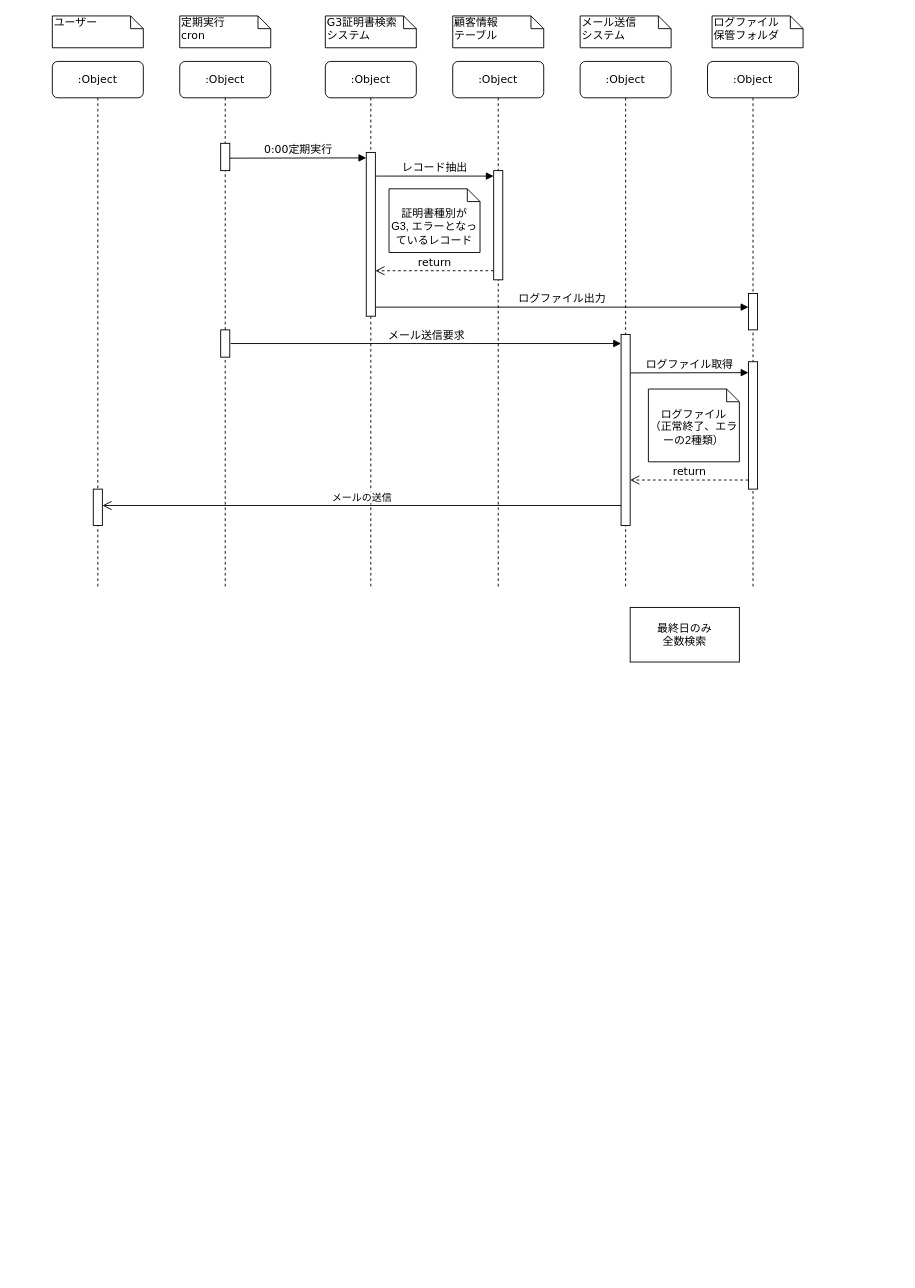
This is page "シーケンス図（定期実行）" (1 of 6) of UMLDiagram.drawio from r-asano/kaihatsubuKenshu, a draw.io file, before an edit. Source tidied: cells renumbered, new cells numbered last; positions are measured from the earlier drawing's top-left corner, leaving out a move shared by most shapes. Both pictures are drawn from the tidied source at 91%, with x=0, y=0 at pixel (52, 15).
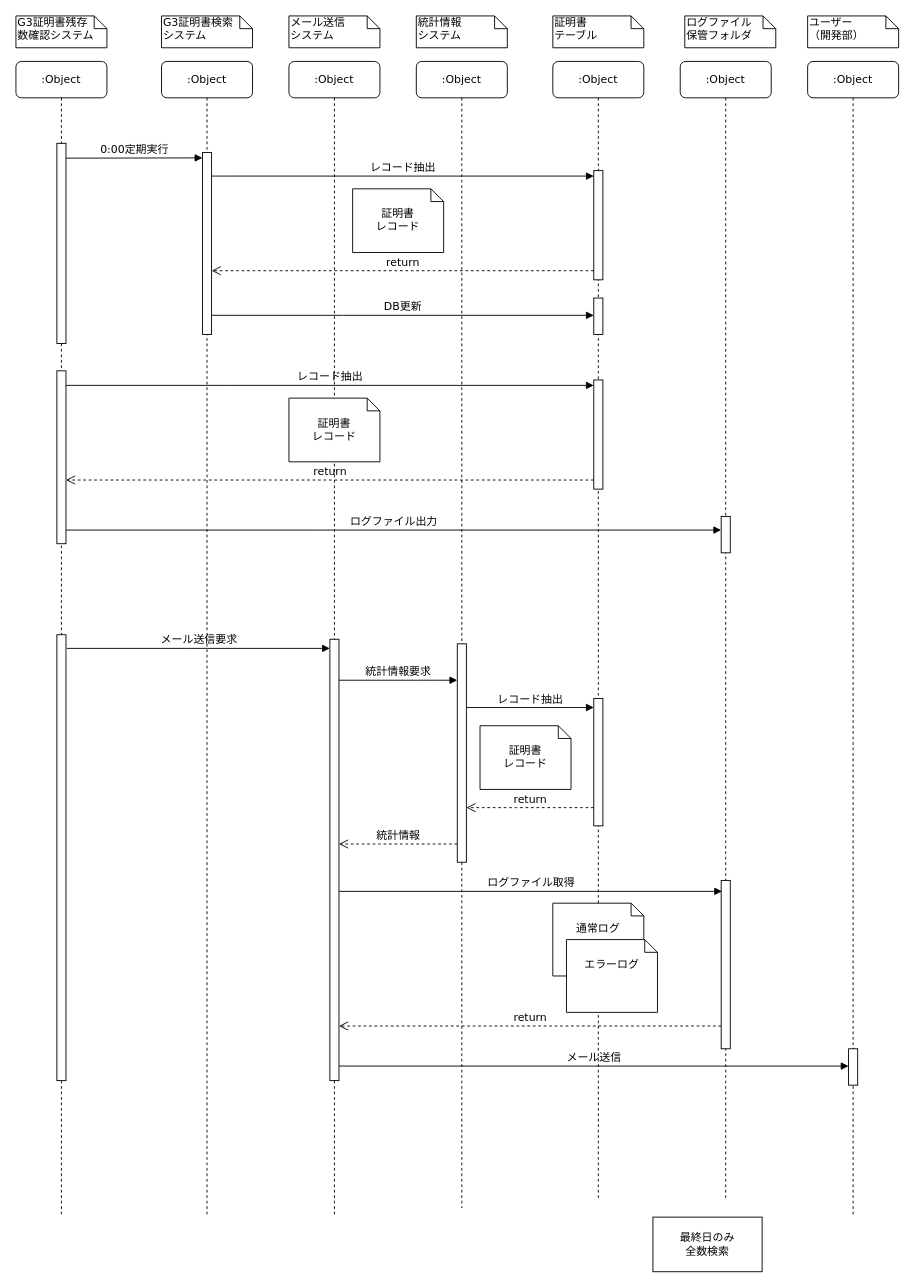
The same page after the edit.

Commit message (it also covers changes not shown here):
シーケンス図（定期実行）更新

Change to the diagram source:
```diff
@@
     <mxCell id="2" value=":Object" style="shape=umlLifeline;perimeter=lifelinePerimeter;whiteSpace=wrap;html=1;rounded=1;shadow=0;comic=0;labelBackgroundColor=none;strokeWidth=1;fontFamily=Verdana;fontSize=12;align=center;" parent="1" vertex="1">
-      <mxGeometry x="140" y="50" width="100" height="580" as="geometry" />
+      <mxGeometry x="-40" y="50" width="100" height="1270" as="geometry" />
     </mxCell>
     <mxCell id="3" style="html=1;perimeter=orthogonalPerimeter;rounded=0;shadow=0;comic=0;labelBackgroundColor=none;strokeWidth=1;fontFamily=Verdana;fontSize=12;align=center;" parent="2" vertex="1">
-      <mxGeometry x="45" y="90" width="10" height="30" as="geometry" />
+      <mxGeometry x="45" y="90" width="10" height="220" as="geometry" />
     </mxCell>
     <mxCell id="4" style="html=1;perimeter=orthogonalPerimeter;rounded=0;shadow=0;comic=0;labelBackgroundColor=none;strokeWidth=1;fontFamily=Verdana;fontSize=12;align=center;" parent="2" vertex="1">
-      <mxGeometry x="45" y="295" width="10" height="30" as="geometry" />
+      <mxGeometry x="45" y="630" width="10" height="490" as="geometry" />
     </mxCell>
+    <mxCell id="33" style="html=1;points=[];perimeter=orthogonalPerimeter;rounded=0;shadow=0;comic=0;labelBackgroundColor=none;strokeWidth=1;fontFamily=Verdana;fontSize=12;align=center;" parent="2" vertex="1">
+      <mxGeometry x="45" y="340" width="10" height="190" as="geometry" />
+    </mxCell>
     <mxCell id="5" value=":Object" style="shape=umlLifeline;perimeter=lifelinePerimeter;whiteSpace=wrap;html=1;rounded=1;shadow=0;comic=0;labelBackgroundColor=none;strokeWidth=1;fontFamily=Verdana;fontSize=12;align=center;" parent="1" vertex="1">
-      <mxGeometry x="300" y="50" width="100" height="580" as="geometry" />
+      <mxGeometry x="120" y="50" width="100" height="1270" as="geometry" />
     </mxCell>
     <mxCell id="6" style="html=1;points=[];perimeter=orthogonalPerimeter;rounded=0;shadow=0;comic=0;labelBackgroundColor=none;strokeWidth=1;fontFamily=Verdana;fontSize=12;align=center;" parent="5" vertex="1">
-      <mxGeometry x="45" y="100" width="10" height="180" as="geometry" />
+      <mxGeometry x="45" y="100" width="10" height="200" as="geometry" />
     </mxCell>
     <mxCell id="7" value=":Object" style="shape=umlLifeline;perimeter=lifelinePerimeter;whiteSpace=wrap;html=1;rounded=1;shadow=0;comic=0;labelBackgroundColor=none;strokeWidth=1;fontFamily=Verdana;fontSize=12;align=center;" parent="1" vertex="1">
-      <mxGeometry x="440" y="50" width="100" height="580" as="geometry" />
+      <mxGeometry x="550" y="50" width="100" height="1250" as="geometry" />
     </mxCell>
+    <mxCell id="34" style="html=1;points=[];perimeter=orthogonalPerimeter;rounded=0;shadow=0;comic=0;labelBackgroundColor=none;strokeWidth=1;fontFamily=Verdana;fontSize=12;align=center;" parent="7" vertex="1">
+      <mxGeometry x="45" y="260" width="10" height="40" as="geometry" />
+    </mxCell>
+    <mxCell id="35" style="html=1;points=[];perimeter=orthogonalPerimeter;rounded=0;shadow=0;comic=0;labelBackgroundColor=none;strokeWidth=1;fontFamily=Verdana;fontSize=12;align=center;" parent="7" vertex="1">
+      <mxGeometry x="45" y="700" width="10" height="140" as="geometry" />
+    </mxCell>
     <mxCell id="8" value=":Object" style="shape=umlLifeline;perimeter=lifelinePerimeter;whiteSpace=wrap;html=1;rounded=1;shadow=0;comic=0;labelBackgroundColor=none;strokeWidth=1;fontFamily=Verdana;fontSize=12;align=center;" parent="1" vertex="1">
-      <mxGeometry x="580" y="50" width="100" height="580" as="geometry" />
+      <mxGeometry x="260" y="50" width="100" height="1270" as="geometry" />
     </mxCell>
     <mxCell id="9" value=":Object" style="shape=umlLifeline;perimeter=lifelinePerimeter;whiteSpace=wrap;html=1;rounded=1;shadow=0;comic=0;labelBackgroundColor=none;strokeWidth=1;fontFamily=Verdana;fontSize=12;align=center;" parent="1" vertex="1">
-      <mxGeometry x="720" y="50" width="100" height="580" as="geometry" />
+      <mxGeometry x="690" y="50" width="100" height="1250" as="geometry" />
     </mxCell>
     <mxCell id="10" style="html=1;points=[];perimeter=orthogonalPerimeter;rounded=0;shadow=0;comic=0;labelBackgroundColor=none;strokeWidth=1;fontFamily=Verdana;fontSize=12;align=center;" parent="9" vertex="1">
-      <mxGeometry x="45" y="255" width="10" height="40" as="geometry" />
+      <mxGeometry x="45" y="500" width="10" height="40" as="geometry" />
     </mxCell>
     <mxCell id="11" style="html=1;points=[];perimeter=orthogonalPerimeter;rounded=0;shadow=0;comic=0;labelBackgroundColor=none;strokeWidth=1;fontFamily=Verdana;fontSize=12;align=center;" parent="9" vertex="1">
-      <mxGeometry x="45" y="330" width="10" height="140" as="geometry" />
+      <mxGeometry x="45" y="900" width="10" height="185" as="geometry" />
     </mxCell>
     <mxCell id="12" value=":Object" style="shape=umlLifeline;perimeter=lifelinePerimeter;whiteSpace=wrap;html=1;rounded=1;shadow=0;comic=0;labelBackgroundColor=none;strokeWidth=1;fontFamily=Verdana;fontSize=12;align=center;" parent="1" vertex="1">
-      <mxGeometry y="50" width="100" height="580" as="geometry" />
+      <mxGeometry x="830" y="50" width="100" height="1270" as="geometry" />
     </mxCell>
     <mxCell id="13" style="html=1;points=[];perimeter=orthogonalPerimeter;rounded=0;shadow=0;comic=0;labelBackgroundColor=none;strokeWidth=1;fontFamily=Verdana;fontSize=12;align=center;" parent="12" vertex="1">
-      <mxGeometry x="45" y="470" width="10" height="40" as="geometry" />
+      <mxGeometry x="45" y="1085" width="10" height="40" as="geometry" />
     </mxCell>
     <mxCell id="14" style="html=1;points=[];perimeter=orthogonalPerimeter;rounded=0;shadow=0;comic=0;labelBackgroundColor=none;strokeWidth=1;fontFamily=Verdana;fontSize=12;align=center;" parent="1" vertex="1">
-      <mxGeometry x="485" y="170" width="10" height="120" as="geometry" />
+      <mxGeometry x="595" y="170" width="10" height="120" as="geometry" />
     </mxCell>
-    <mxCell id="15" value="レコード抽出" style="html=1;verticalAlign=bottom;endArrow=block;labelBackgroundColor=none;fontFamily=Verdana;fontSize=12;edgeStyle=elbowEdgeStyle;elbow=vertical;" parent="1" edge="1">
+    <mxCell id="15" value="レコード抽出" style="html=1;verticalAlign=bottom;endArrow=block;labelBackgroundColor=none;fontFamily=Verdana;fontSize=12;edgeStyle=elbowEdgeStyle;elbow=vertical;" parent="1" edge="1" target="14">
       <mxGeometry relative="1" as="geometry">
-        <mxPoint x="355" y="176" as="sourcePoint" />
-        <mxPoint x="485" y="176" as="targetPoint" />
+        <mxPoint x="175" y="176" as="sourcePoint" />
         <Array as="points">
-          <mxPoint x="360" y="176" />
+          <mxPoint x="180" y="176" />
         </Array>
       </mxGeometry>
     </mxCell>
     <mxCell id="16" style="html=1;points=[];perimeter=orthogonalPerimeter;rounded=0;shadow=0;comic=0;labelBackgroundColor=none;strokeWidth=1;fontFamily=Verdana;fontSize=12;align=center;" parent="1" vertex="1">
-      <mxGeometry x="625" y="350" width="10" height="210" as="geometry" />
+      <mxGeometry x="305" y="685" width="10" height="485" as="geometry" />
     </mxCell>
-    <mxCell id="17" value="return" style="html=1;verticalAlign=bottom;endArrow=open;dashed=1;endSize=8;labelBackgroundColor=none;fontFamily=Verdana;fontSize=12;edgeStyle=elbowEdgeStyle;elbow=vertical;" parent="1" edge="1">
+    <mxCell id="17" value="return" style="html=1;verticalAlign=bottom;endArrow=open;dashed=1;endSize=8;labelBackgroundColor=none;fontFamily=Verdana;fontSize=12;edgeStyle=elbowEdgeStyle;elbow=vertical;" parent="1" edge="1" source="14">
       <mxGeometry relative="1" as="geometry">
-        <mxPoint x="485" y="280" as="sourcePoint" />
-        <mxPoint x="355" y="280" as="targetPoint" />
+        <mxPoint x="175" y="280" as="targetPoint" />
         <Array as="points">
-          <mxPoint x="430" y="280" />
-          <mxPoint x="430" y="270" />
-          <mxPoint x="460" y="270" />
+          <mxPoint x="250" y="280" />
+          <mxPoint x="250" y="270" />
+          <mxPoint x="280" y="270" />
         </Array>
       </mxGeometry>
     </mxCell>
     <mxCell id="18" value="0:00定期実行" style="html=1;verticalAlign=bottom;endArrow=block;entryX=0;entryY=0;labelBackgroundColor=none;fontFamily=Verdana;fontSize=12;edgeStyle=elbowEdgeStyle;elbow=vertical;" parent="1" edge="1">
       <mxGeometry relative="1" as="geometry">
-        <mxPoint x="195" y="156.3" as="sourcePoint" />
-        <mxPoint x="345" y="156" as="targetPoint" />
+        <mxPoint x="15" y="156.3" as="sourcePoint" />
+        <mxPoint x="165" y="156" as="targetPoint" />
       </mxGeometry>
     </mxCell>
-    <mxCell id="19" value="&lt;div&gt;顧客情報&lt;br&gt;&lt;/div&gt;&lt;div&gt;テーブル&lt;/div&gt;" style="shape=note;whiteSpace=wrap;html=1;size=14;verticalAlign=top;align=left;spacingTop=-6;rounded=0;shadow=0;comic=0;labelBackgroundColor=none;strokeWidth=1;fontFamily=Verdana;fontSize=12;" parent="1" vertex="1">
-      <mxGeometry x="440" width="100" height="35" as="geometry" />
+    <mxCell id="19" value="&lt;div&gt;証明書&lt;br&gt;&lt;/div&gt;&lt;div&gt;テーブル&lt;/div&gt;" style="shape=note;whiteSpace=wrap;html=1;size=14;verticalAlign=top;align=left;spacingTop=-6;rounded=0;shadow=0;comic=0;labelBackgroundColor=none;strokeWidth=1;fontFamily=Verdana;fontSize=12;" parent="1" vertex="1">
+      <mxGeometry x="550" width="100" height="35" as="geometry" />
     </mxCell>
     <mxCell id="20" value="G3証明書検索&lt;br&gt;システム" style="shape=note;whiteSpace=wrap;html=1;size=14;verticalAlign=top;align=left;spacingTop=-6;rounded=0;shadow=0;comic=0;labelBackgroundColor=none;strokeWidth=1;fontFamily=Verdana;fontSize=12;" parent="1" vertex="1">
-      <mxGeometry x="300" width="100" height="35" as="geometry" />
+      <mxGeometry x="120" width="100" height="35" as="geometry" />
     </mxCell>
     <mxCell id="21" value="&lt;div&gt;メール送信&lt;/div&gt;&lt;div&gt;システム&lt;br&gt;&lt;/div&gt;" style="shape=note;whiteSpace=wrap;html=1;size=14;verticalAlign=top;align=left;spacingTop=-6;rounded=0;shadow=0;comic=0;labelBackgroundColor=none;strokeWidth=1;fontFamily=Verdana;fontSize=12;" parent="1" vertex="1">
-      <mxGeometry x="580" width="100" height="35" as="geometry" />
+      <mxGeometry x="260" width="100" height="35" as="geometry" />
     </mxCell>
-    <mxCell id="22" value="定期実行&lt;br&gt;cron" style="shape=note;whiteSpace=wrap;html=1;size=14;verticalAlign=top;align=left;spacingTop=-6;rounded=0;shadow=0;comic=0;labelBackgroundColor=none;strokeWidth=1;fontFamily=Verdana;fontSize=12;" parent="1" vertex="1">
-      <mxGeometry x="140" width="100" height="35" as="geometry" />
+    <mxCell id="22" value="&lt;div&gt;G3証明書残存&lt;/div&gt;&lt;div&gt;数確認システム&lt;br&gt;&lt;/div&gt;" style="shape=note;whiteSpace=wrap;html=1;size=14;verticalAlign=top;align=left;spacingTop=-6;rounded=0;shadow=0;comic=0;labelBackgroundColor=none;strokeWidth=1;fontFamily=Verdana;fontSize=12;" parent="1" vertex="1">
+      <mxGeometry x="-40" width="100" height="35" as="geometry" />
     </mxCell>
     <mxCell id="23" value="ログファイル&lt;br&gt;保管フォルダ" style="shape=note;whiteSpace=wrap;html=1;size=14;verticalAlign=top;align=left;spacingTop=-6;rounded=0;shadow=0;comic=0;labelBackgroundColor=none;strokeWidth=1;fontFamily=Verdana;fontSize=12;" parent="1" vertex="1">
-      <mxGeometry x="725" width="100" height="35" as="geometry" />
+      <mxGeometry x="695" width="100" height="35" as="geometry" />
     </mxCell>
-    <mxCell id="24" value="&lt;div&gt;証明書種別が&lt;/div&gt;&lt;div&gt;G3, エラーとなっているレコード&lt;/div&gt;" style="shape=note2;boundedLbl=1;whiteSpace=wrap;html=1;size=14;verticalAlign=top;align=center;" parent="1" vertex="1">
-      <mxGeometry x="370" y="190" width="100" height="70" as="geometry" />
+    <mxCell id="24" value="&lt;div&gt;証明書&lt;/div&gt;&lt;div&gt;レコード&lt;/div&gt;" style="shape=note2;boundedLbl=1;whiteSpace=wrap;html=1;size=14;verticalAlign=top;align=center;" parent="1" vertex="1">
+      <mxGeometry x="330" y="190" width="100" height="70" as="geometry" />
     </mxCell>
     <mxCell id="25" value="メール送信要求" style="html=1;verticalAlign=bottom;endArrow=block;labelBackgroundColor=none;fontFamily=Verdana;fontSize=12;edgeStyle=elbowEdgeStyle;elbow=vertical;" parent="1" edge="1" target="16">
       <mxGeometry relative="1" as="geometry">
-        <mxPoint x="196" y="360" as="sourcePoint" />
+        <mxPoint x="16" y="695" as="sourcePoint" />
       </mxGeometry>
     </mxCell>
-    <mxCell id="26" value="メールの送信" style="html=1;verticalAlign=bottom;endArrow=open;endSize=8;" parent="1" edge="1" target="13">
-      <mxGeometry relative="1" as="geometry">
-        <mxPoint x="625" y="538" as="sourcePoint" />
-      </mxGeometry>
-    </mxCell>
-    <mxCell id="27" value="ログファイル出力" style="html=1;verticalAlign=bottom;endArrow=block;labelBackgroundColor=none;fontFamily=Verdana;fontSize=12;edgeStyle=elbowEdgeStyle;elbow=vertical;" parent="1" edge="1" source="6" target="10">
+    <mxCell id="27" value="ログファイル出力" style="html=1;verticalAlign=bottom;endArrow=block;labelBackgroundColor=none;fontFamily=Verdana;fontSize=12;edgeStyle=elbowEdgeStyle;elbow=vertical;" parent="1" edge="1" target="10">
       <mxGeometry relative="1" as="geometry">
+        <mxPoint x="15" y="565" as="sourcePoint" />
         <Array as="points">
-          <mxPoint x="580" y="320" />
+          <mxPoint x="290" y="565" />
         </Array>
       </mxGeometry>
     </mxCell>
-    <mxCell id="28" value="ログファイル取得" style="html=1;verticalAlign=bottom;endArrow=block;labelBackgroundColor=none;fontFamily=Verdana;fontSize=12;edgeStyle=elbowEdgeStyle;elbow=vertical;" parent="1" edge="1">
+    <mxCell id="28" value="ログファイル取得" style="html=1;verticalAlign=bottom;endArrow=block;labelBackgroundColor=none;fontFamily=Verdana;fontSize=12;edgeStyle=elbowEdgeStyle;elbow=vertical;entryX=0.1;entryY=0.065;entryDx=0;entryDy=0;entryPerimeter=0;" parent="1" edge="1" target="11">
       <mxGeometry relative="1" as="geometry">
-        <mxPoint x="635" y="392.3" as="sourcePoint" />
-        <mxPoint x="765" y="392.3" as="targetPoint" />
+        <mxPoint x="315" y="962" as="sourcePoint" />
       </mxGeometry>
     </mxCell>
     <mxCell id="29" value="return" style="html=1;verticalAlign=bottom;endArrow=open;dashed=1;endSize=8;labelBackgroundColor=none;fontFamily=Verdana;fontSize=12;edgeStyle=elbowEdgeStyle;elbow=vertical;" parent="1" edge="1" source="11" target="16">
       <mxGeometry relative="1" as="geometry">
         <Array as="points">
-          <mxPoint x="715" y="510" />
-          <mxPoint x="715" y="500" />
-          <mxPoint x="745" y="500" />
+          <mxPoint x="530" y="1110" />
+          <mxPoint x="530" y="1100" />
+          <mxPoint x="560" y="1100" />
         </Array>
       </mxGeometry>
     </mxCell>
-    <mxCell id="30" value="&lt;div&gt;ログファイル&lt;/div&gt;&lt;div&gt;（正常終了、エラーの2種類）&lt;br&gt;&lt;/div&gt;" style="shape=note2;boundedLbl=1;whiteSpace=wrap;html=1;size=14;verticalAlign=top;align=center;" parent="1" vertex="1">
-      <mxGeometry x="655" y="410" width="100" height="80" as="geometry" />
+    <mxCell id="30" value="&lt;div align=&quot;center&quot;&gt;通常ログ&lt;/div&gt;" style="shape=note2;boundedLbl=1;whiteSpace=wrap;html=1;size=14;verticalAlign=top;align=center;" parent="1" vertex="1">
+      <mxGeometry x="550" y="975" width="100" height="80" as="geometry" />
     </mxCell>
-    <mxCell id="31" value="ユーザー" style="shape=note;whiteSpace=wrap;html=1;size=14;verticalAlign=top;align=left;spacingTop=-6;rounded=0;shadow=0;comic=0;labelBackgroundColor=none;strokeWidth=1;fontFamily=Verdana;fontSize=12;" parent="1" vertex="1">
-      <mxGeometry width="100" height="35" as="geometry" />
+    <mxCell id="31" value="&lt;div&gt;ユーザー&lt;/div&gt;&lt;div&gt;（開発部）&lt;br&gt;&lt;/div&gt;" style="shape=note;whiteSpace=wrap;html=1;size=14;verticalAlign=top;align=left;spacingTop=-6;rounded=0;shadow=0;comic=0;labelBackgroundColor=none;strokeWidth=1;fontFamily=Verdana;fontSize=12;" parent="1" vertex="1">
+      <mxGeometry x="830" width="100" height="35" as="geometry" />
     </mxCell>
     <mxCell id="32" value="&lt;div&gt;最終日のみ&lt;/div&gt;&lt;div&gt;全数検索&lt;br&gt;&lt;/div&gt;" style="rounded=0;whiteSpace=wrap;html=1;shadow=0;strokeColor=#000000;" parent="1" vertex="1">
-      <mxGeometry x="635" y="650" width="120" height="60" as="geometry" />
+      <mxGeometry x="660" y="1320" width="120" height="60" as="geometry" />
     </mxCell>
+    <mxCell id="36" value="DB更新" style="html=1;verticalAlign=bottom;endArrow=block;labelBackgroundColor=none;fontFamily=Verdana;fontSize=12;edgeStyle=elbowEdgeStyle;elbow=vertical;" parent="1" edge="1" target="34">
+      <mxGeometry relative="1" as="geometry">
+        <mxPoint x="175" y="329" as="sourcePoint" />
+        <Array as="points">
+          <mxPoint x="310" y="329" />
+        </Array>
+      </mxGeometry>
+    </mxCell>
+    <mxCell id="37" style="html=1;points=[];perimeter=orthogonalPerimeter;rounded=0;shadow=0;comic=0;labelBackgroundColor=none;strokeWidth=1;fontFamily=Verdana;fontSize=12;align=center;" parent="1" vertex="1">
+      <mxGeometry x="595" y="400" width="10" height="120" as="geometry" />
+    </mxCell>
+    <mxCell id="38" value="レコード抽出" style="html=1;verticalAlign=bottom;endArrow=block;labelBackgroundColor=none;fontFamily=Verdana;fontSize=12;edgeStyle=elbowEdgeStyle;elbow=vertical;" parent="1" edge="1" source="33" target="37">
+      <mxGeometry relative="1" as="geometry">
+        <Array as="points">
+          <mxPoint x="180" y="406" />
+        </Array>
+      </mxGeometry>
+    </mxCell>
+    <mxCell id="39" value="&lt;div&gt;証明書&lt;/div&gt;&lt;div&gt;レコード&lt;/div&gt;" style="shape=note2;boundedLbl=1;whiteSpace=wrap;html=1;size=14;verticalAlign=top;align=center;" parent="1" vertex="1">
+      <mxGeometry x="260" y="420" width="100" height="70" as="geometry" />
+    </mxCell>
+    <mxCell id="40" value="return" style="html=1;verticalAlign=bottom;endArrow=open;dashed=1;endSize=8;labelBackgroundColor=none;fontFamily=Verdana;fontSize=12;edgeStyle=elbowEdgeStyle;elbow=vertical;" parent="1" edge="1" source="37" target="33">
+      <mxGeometry relative="1" as="geometry">
+        <Array as="points">
+          <mxPoint x="250" y="510" />
+          <mxPoint x="250" y="500" />
+          <mxPoint x="280" y="500" />
+        </Array>
+      </mxGeometry>
+    </mxCell>
+    <mxCell id="41" value="エラーログ" style="shape=note2;boundedLbl=1;whiteSpace=wrap;html=1;size=14;verticalAlign=top;align=center;" parent="1" vertex="1">
+      <mxGeometry x="565" y="1015" width="100" height="80" as="geometry" />
+    </mxCell>
+    <mxCell id="42" value=":Object" style="shape=umlLifeline;perimeter=lifelinePerimeter;whiteSpace=wrap;html=1;rounded=1;shadow=0;comic=0;labelBackgroundColor=none;strokeWidth=1;fontFamily=Verdana;fontSize=12;align=center;" parent="1" vertex="1">
+      <mxGeometry x="400" y="50" width="100" height="1260" as="geometry" />
+    </mxCell>
+    <mxCell id="43" style="html=1;points=[];perimeter=orthogonalPerimeter;rounded=0;shadow=0;comic=0;labelBackgroundColor=none;strokeWidth=1;fontFamily=Verdana;fontSize=12;align=center;" parent="42" vertex="1">
+      <mxGeometry x="45" y="640" width="10" height="240" as="geometry" />
+    </mxCell>
+    <mxCell id="44" value="&lt;div&gt;統計情報&lt;/div&gt;&lt;div&gt;システム&lt;br&gt;&lt;/div&gt;" style="shape=note;whiteSpace=wrap;html=1;size=14;verticalAlign=top;align=left;spacingTop=-6;rounded=0;shadow=0;comic=0;labelBackgroundColor=none;strokeWidth=1;fontFamily=Verdana;fontSize=12;" parent="1" vertex="1">
+      <mxGeometry x="400" width="100" height="35" as="geometry" />
+    </mxCell>
+    <mxCell id="45" value="統計情報要求" style="html=1;verticalAlign=bottom;endArrow=block;labelBackgroundColor=none;fontFamily=Verdana;fontSize=12;edgeStyle=elbowEdgeStyle;elbow=vertical;" parent="1" edge="1" source="16" target="43">
+      <mxGeometry relative="1" as="geometry">
+        <Array as="points">
+          <mxPoint x="410" y="730" />
+        </Array>
+      </mxGeometry>
+    </mxCell>
+    <mxCell id="46" value="レコード抽出" style="html=1;verticalAlign=bottom;endArrow=block;labelBackgroundColor=none;fontFamily=Verdana;fontSize=12;edgeStyle=elbowEdgeStyle;elbow=vertical;" parent="1" edge="1" source="43" target="35">
+      <mxGeometry relative="1" as="geometry">
+        <Array as="points">
+          <mxPoint x="570" y="760" />
+        </Array>
+      </mxGeometry>
+    </mxCell>
+    <mxCell id="47" value="&lt;div&gt;証明書&lt;/div&gt;&lt;div&gt;レコード&lt;/div&gt;" style="shape=note2;boundedLbl=1;whiteSpace=wrap;html=1;size=14;verticalAlign=top;align=center;" parent="1" vertex="1">
+      <mxGeometry x="470" y="780" width="100" height="70" as="geometry" />
+    </mxCell>
+    <mxCell id="48" value="return" style="html=1;verticalAlign=bottom;endArrow=open;dashed=1;endSize=8;labelBackgroundColor=none;fontFamily=Verdana;fontSize=12;edgeStyle=elbowEdgeStyle;elbow=vertical;" parent="1" edge="1" source="35">
+      <mxGeometry relative="1" as="geometry">
+        <mxPoint x="455" y="870" as="targetPoint" />
+        <Array as="points">
+          <mxPoint x="500" y="870" />
+          <mxPoint x="500" y="860" />
+          <mxPoint x="530" y="860" />
+        </Array>
+      </mxGeometry>
+    </mxCell>
+    <mxCell id="49" value="統計情報" style="html=1;verticalAlign=bottom;endArrow=open;dashed=1;endSize=8;labelBackgroundColor=none;fontFamily=Verdana;fontSize=12;edgeStyle=elbowEdgeStyle;elbow=vertical;" parent="1" edge="1" source="43" target="16">
+      <mxGeometry relative="1" as="geometry">
+        <Array as="points">
+          <mxPoint x="360" y="910" />
+          <mxPoint x="360" y="900" />
+          <mxPoint x="390" y="900" />
+        </Array>
+      </mxGeometry>
+    </mxCell>
+    <mxCell id="50" value="メール送信" style="html=1;verticalAlign=bottom;endArrow=block;labelBackgroundColor=none;fontFamily=Verdana;fontSize=12;edgeStyle=elbowEdgeStyle;elbow=vertical;exitX=1;exitY=0.967;exitDx=0;exitDy=0;exitPerimeter=0;" parent="1" edge="1" source="16" target="13">
+      <mxGeometry relative="1" as="geometry" />
+    </mxCell>
```
